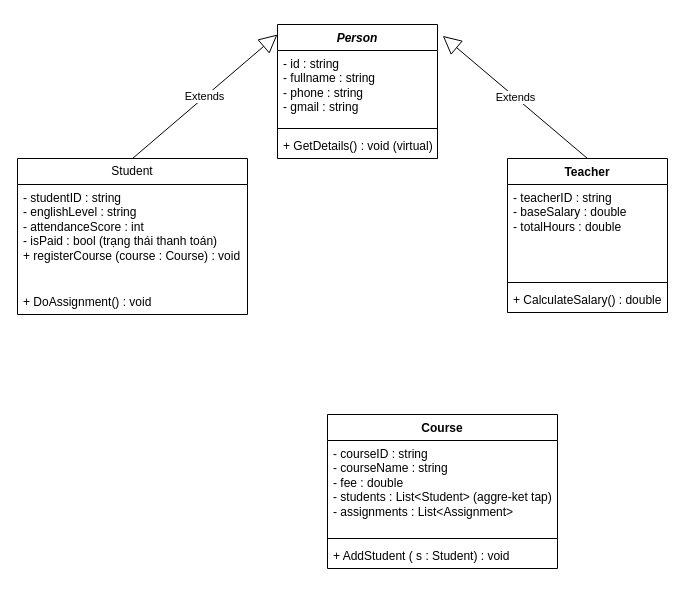
ngocyen06/OOP_QL_Trung_tam_Tieng_Anh keeps this draw.io diagram as Class_Diagram_QL_TrungTam_TA.drawio. Above is the earlier version. Source tidied: cells renumbered, new cells numbered last; positions are measured from the earlier drawing's top-left corner, leaving out a move shared by most shapes. Both pictures are drawn from the tidied source at 100%, with x=0, y=0 at pixel (17, 24).
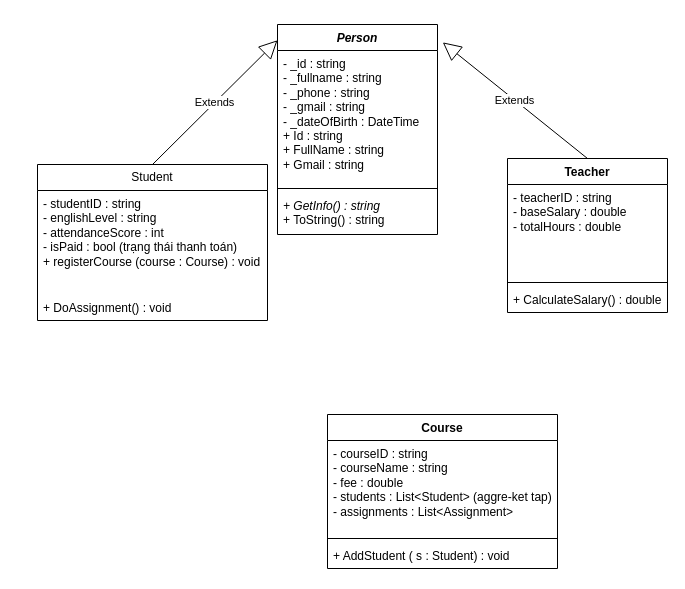
Above is the later version.

What changed in the source:
```diff
@@
 <mxGraphModel>
   <root>
     <mxCell id="0" />
     <mxCell id="1" parent="0" />
     <mxCell id="2" value="&lt;i&gt;Person&lt;/i&gt;" style="swimlane;fontStyle=1;align=center;verticalAlign=top;horizontal=1;startSize=26;whiteSpace=wrap;html=1;" parent="1" vertex="1">
-      <mxGeometry x="260" width="160" height="134" as="geometry" />
+      <mxGeometry x="260" width="160" height="210" as="geometry" />
     </mxCell>
-    <mxCell id="3" value="- id : string&lt;div&gt;- fullname : string&lt;/div&gt;&lt;div&gt;- phone : string&lt;/div&gt;&lt;div&gt;- gmail : string&lt;/div&gt;" style="text;strokeColor=none;fillColor=none;align=left;verticalAlign=top;spacingLeft=4;spacingRight=4;overflow=hidden;whiteSpace=wrap;html=1;" parent="2" vertex="1">
-      <mxGeometry y="26" width="160" height="74" as="geometry" />
+    <mxCell id="3" value="- _id : string&lt;div&gt;- _fullname : string&lt;/div&gt;&lt;div&gt;- _phone : string&lt;/div&gt;&lt;div&gt;- _gmail : string&lt;/div&gt;&lt;div&gt;- _dateOfBirth : DateTime&lt;/div&gt;&lt;div&gt;+ Id : string&lt;/div&gt;&lt;div&gt;+ FullName : string&lt;/div&gt;&lt;div&gt;+ Gmail : string&lt;/div&gt;&lt;div&gt;&lt;br&gt;&lt;/div&gt;&lt;div&gt;&lt;br&gt;&lt;/div&gt;" style="text;strokeColor=none;fillColor=none;align=left;verticalAlign=top;spacingLeft=4;spacingRight=4;overflow=hidden;whiteSpace=wrap;html=1;" parent="2" vertex="1">
+      <mxGeometry y="26" width="160" height="134" as="geometry" />
     </mxCell>
     <mxCell id="4" style="line;strokeWidth=1;fillColor=none;align=left;verticalAlign=middle;spacingTop=-1;spacingLeft=3;spacingRight=3;labelPosition=right;strokeColor=inherit;" parent="2" vertex="1">
-      <mxGeometry y="100" width="160" height="8" as="geometry" />
+      <mxGeometry y="160" width="160" height="8" as="geometry" />
     </mxCell>
-    <mxCell id="5" value="+ GetDetails() : void (virtual)" style="text;strokeColor=none;fillColor=none;align=left;verticalAlign=top;spacingLeft=4;spacingRight=4;overflow=hidden;whiteSpace=wrap;html=1;" parent="2" vertex="1">
-      <mxGeometry y="108" width="160" height="26" as="geometry" />
+    <mxCell id="5" value="&lt;i&gt;+ GetInfo() : string&lt;/i&gt;&lt;div&gt;+ ToString() : string&amp;nbsp;&lt;/div&gt;" style="text;strokeColor=none;fillColor=none;align=left;verticalAlign=top;spacingLeft=4;spacingRight=4;overflow=hidden;whiteSpace=wrap;html=1;" parent="2" vertex="1">
+      <mxGeometry y="168" width="160" height="42" as="geometry" />
     </mxCell>
     <mxCell id="6" value="Student" style="swimlane;fontStyle=0;horizontal=1;startSize=26;fillColor=none;whiteSpace=wrap;html=1;" parent="1" vertex="1">
-      <mxGeometry y="134" width="230" height="156" as="geometry" />
+      <mxGeometry x="20" y="140" width="230" height="156" as="geometry" />
     </mxCell>
     <mxCell id="7" value="- studentID : string&lt;div&gt;- englishLevel : string&lt;/div&gt;&lt;div&gt;- attendanceScore : int&lt;/div&gt;&lt;div&gt;- isPaid : bool (trạng thái thanh toán)&lt;/div&gt;&lt;div&gt;+ registerCourse (course : Course) : void&lt;/div&gt;&lt;div&gt;&lt;br&gt;&lt;/div&gt;" style="text;strokeColor=none;fillColor=none;align=left;verticalAlign=top;spacingLeft=4;spacingRight=4;overflow=hidden;whiteSpace=wrap;html=1;" parent="6" vertex="1">
       <mxGeometry y="26" width="230" height="104" as="geometry" />
     </mxCell>
     <mxCell id="8" value="+ DoAssignment() : void" style="text;strokeColor=none;fillColor=none;align=left;verticalAlign=top;spacingLeft=4;spacingRight=4;overflow=hidden;whiteSpace=wrap;html=1;" parent="6" vertex="1">
       <mxGeometry y="130" width="230" height="26" as="geometry" />
     </mxCell>
     <mxCell id="9" value="Extends" style="endArrow=block;endSize=16;endFill=0;html=1;rounded=0;entryX=0;entryY=0.075;entryDx=0;entryDy=0;entryPerimeter=0;exitX=0.5;exitY=0;exitDx=0;exitDy=0;" parent="1" edge="1" source="6" target="2">
       <mxGeometry relative="1" as="geometry" />
     </mxCell>
     <mxCell id="10" value="Teacher" style="swimlane;fontStyle=1;align=center;verticalAlign=top;horizontal=1;startSize=26;whiteSpace=wrap;html=1;" parent="1" vertex="1">
       <mxGeometry x="490" y="134" width="160" height="154" as="geometry" />
     </mxCell>
     <mxCell id="11" value="- teacherID : string&lt;div&gt;- baseSalary : double&lt;/div&gt;&lt;div&gt;- totalHours : double&lt;/div&gt;" style="text;strokeColor=none;fillColor=none;align=left;verticalAlign=top;spacingLeft=4;spacingRight=4;overflow=hidden;whiteSpace=wrap;html=1;" parent="10" vertex="1">
       <mxGeometry y="26" width="160" height="94" as="geometry" />
     </mxCell>
     <mxCell id="12" style="line;strokeWidth=1;fillColor=none;align=left;verticalAlign=middle;spacingTop=-1;spacingLeft=3;spacingRight=3;labelPosition=right;strokeColor=inherit;" parent="10" vertex="1">
       <mxGeometry y="120" width="160" height="8" as="geometry" />
     </mxCell>
     <mxCell id="13" value="+ CalculateSalary() : double" style="text;strokeColor=none;fillColor=none;align=left;verticalAlign=top;spacingLeft=4;spacingRight=4;overflow=hidden;whiteSpace=wrap;html=1;" parent="10" vertex="1">
       <mxGeometry y="128" width="160" height="26" as="geometry" />
     </mxCell>
     <mxCell id="14" value="Extends" style="endArrow=block;endSize=16;endFill=0;html=1;rounded=0;entryX=1.033;entryY=0.085;entryDx=0;entryDy=0;entryPerimeter=0;exitX=0.5;exitY=0;exitDx=0;exitDy=0;" parent="1" edge="1" source="10" target="2">
       <mxGeometry relative="1" as="geometry" />
     </mxCell>
     <mxCell id="15" value="Course" style="swimlane;fontStyle=1;align=center;verticalAlign=top;horizontal=1;startSize=26;whiteSpace=wrap;html=1;" parent="1" vertex="1">
       <mxGeometry x="310" y="390" width="230" height="154" as="geometry" />
     </mxCell>
     <mxCell id="16" value="- courseID : string&lt;div&gt;- courseName : string&lt;/div&gt;&lt;div&gt;- fee : double&lt;/div&gt;&lt;div&gt;- students : List&amp;lt;Student&amp;gt; (aggre-ket tap)&lt;/div&gt;&lt;div&gt;- assignments : List&amp;lt;Assignment&amp;gt;&lt;/div&gt;&lt;div&gt;&lt;br&gt;&lt;/div&gt;" style="text;strokeColor=none;fillColor=none;align=left;verticalAlign=top;spacingLeft=4;spacingRight=4;overflow=hidden;whiteSpace=wrap;html=1;" parent="15" vertex="1">
       <mxGeometry y="26" width="230" height="94" as="geometry" />
     </mxCell>
     <mxCell id="17" style="line;strokeWidth=1;fillColor=none;align=left;verticalAlign=middle;spacingTop=-1;spacingLeft=3;spacingRight=3;labelPosition=right;strokeColor=inherit;" parent="15" vertex="1">
       <mxGeometry y="120" width="230" height="8" as="geometry" />
     </mxCell>
     <mxCell id="18" value="+ AddStudent ( s : Student) : void" style="text;strokeColor=none;fillColor=none;align=left;verticalAlign=top;spacingLeft=4;spacingRight=4;overflow=hidden;whiteSpace=wrap;html=1;" parent="15" vertex="1">
       <mxGeometry y="128" width="230" height="26" as="geometry" />
     </mxCell>
   </root>
 </mxGraphModel>
```
